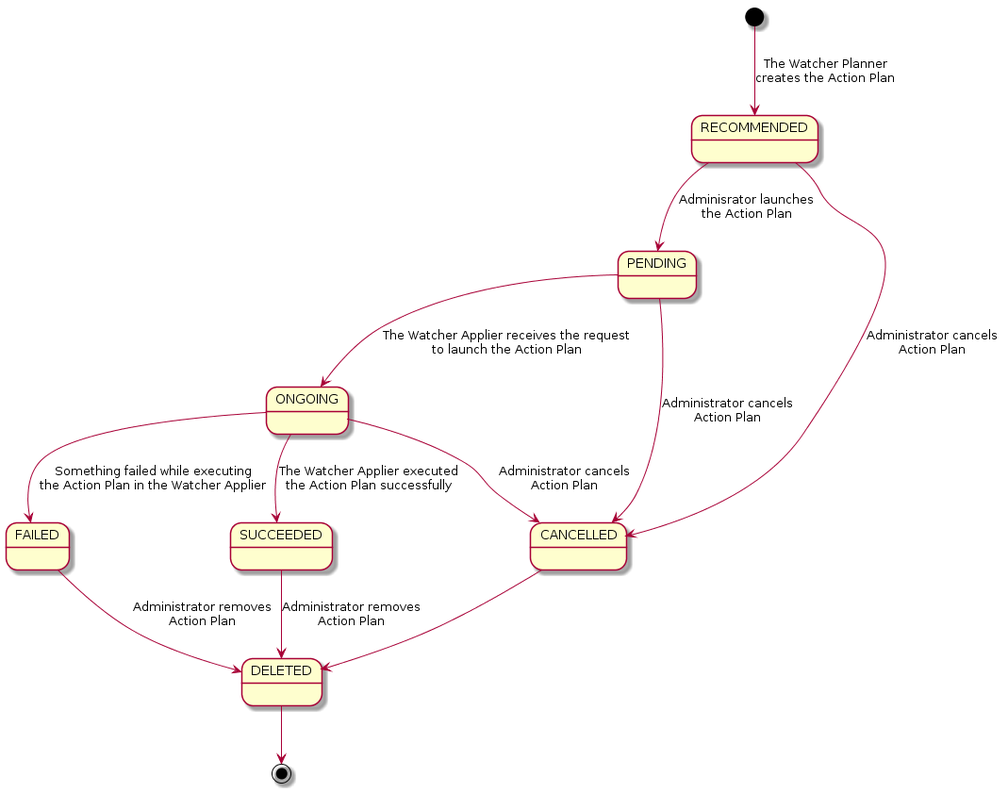
openstack/watcher keeps this PlantUML diagram as doc/source/images/action_plan_state_machine.png. Above is the earlier version.
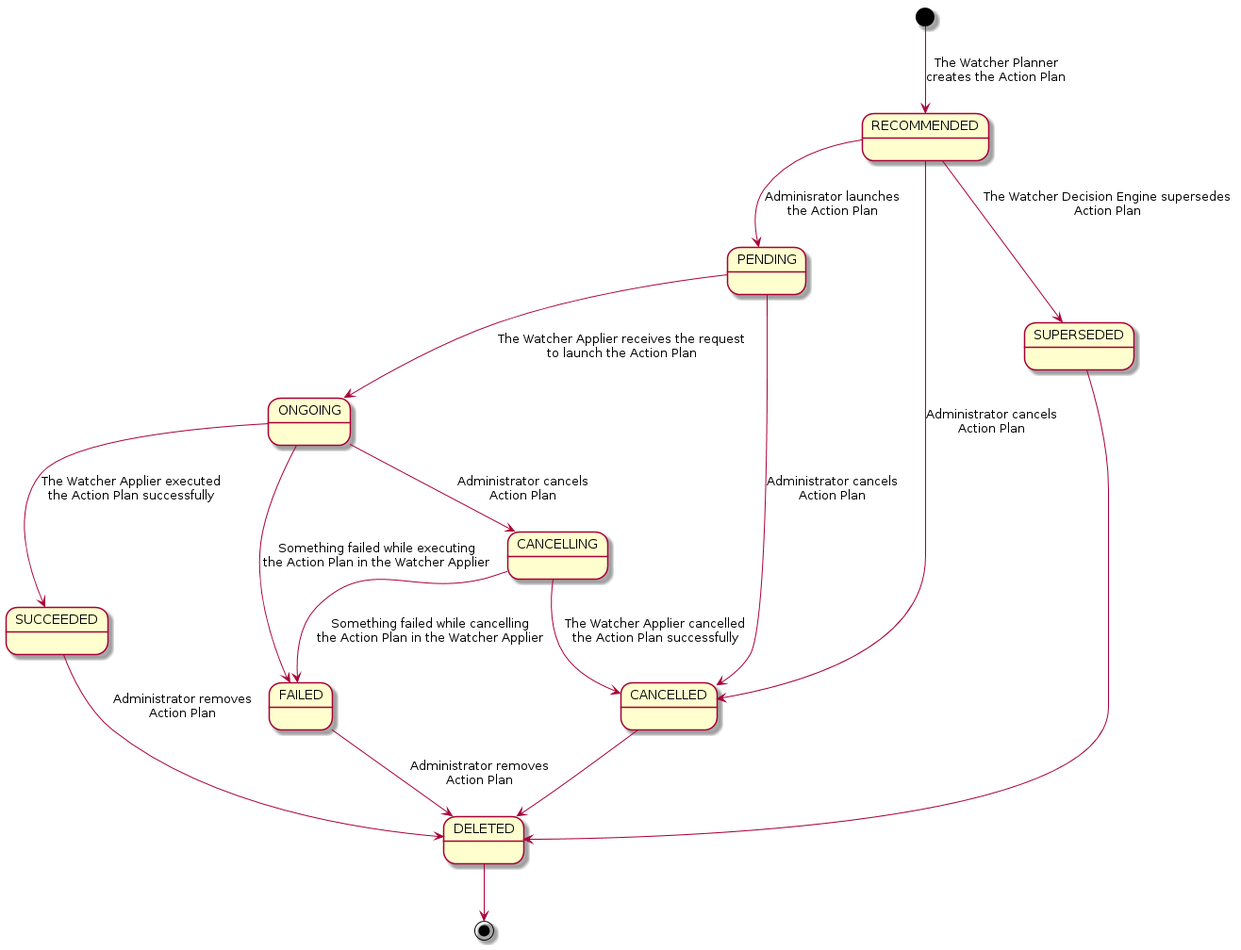
Above is the later version.

Commit message:
Update State diagram of Action Plan

This patch updates the state machine diagram for action plan, It
includes new state "cancelling" which is introduced by actionplan
cancel operation

Change to the diagram source:
```diff
@@ -7,10 +7,14 @@
 ONGOING --> SUCCEEDED: The Watcher Applier executed\nthe Action Plan successfully
 FAILED --> DELETED : Administrator removes\nAction Plan
 SUCCEEDED --> DELETED : Administrator removes\nAction Plan
-ONGOING --> CANCELLED : Administrator cancels\nAction Plan
+ONGOING --> CANCELLING : Administrator cancels\nAction Plan
+CANCELLING --> CANCELLED : The Watcher Applier cancelled\nthe Action Plan successfully
+CANCELLING --> FAILED : Something failed while cancelling\nthe Action Plan in the Watcher Applier
 RECOMMENDED --> CANCELLED : Administrator cancels\nAction Plan
+RECOMMENDED --> SUPERSEDED : The Watcher Decision Engine supersedes\nAction Plan
 PENDING --> CANCELLED : Administrator cancels\nAction Plan
 CANCELLED --> DELETED
+SUPERSEDED --> DELETED
 DELETED --> [*]
 
 @enduml
```
